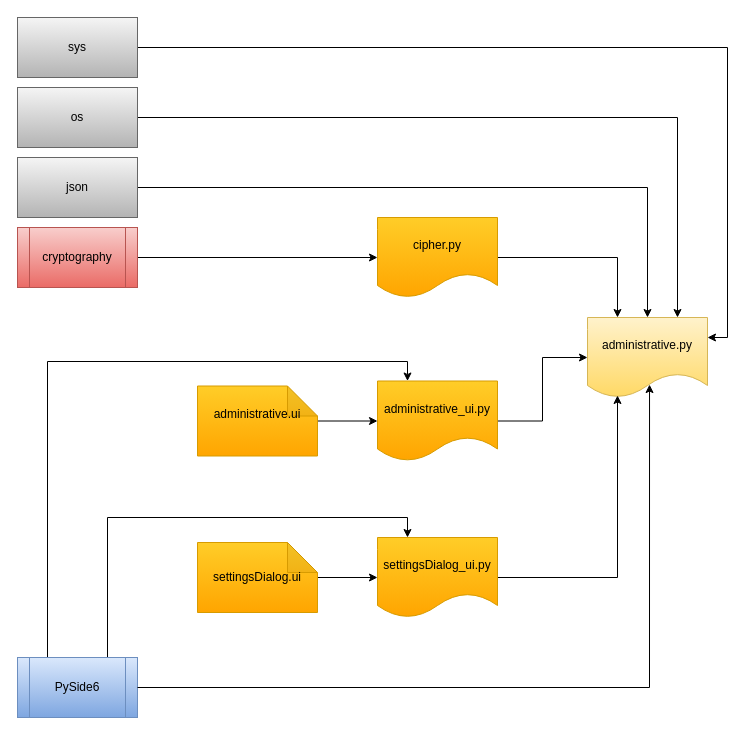
The draw.io diagram page "Page-2" (2 of 2) of docs/Riippuvuudet.drawio in katalav/Autolainaus, before the edit. Source tidied: cells renumbered, new cells numbered last; positions are measured from the earlier drawing's top-left corner, leaving out a move shared by most shapes. Both pictures are drawn from the tidied source at 100%, with x=0, y=0 at pixel (17, 17).
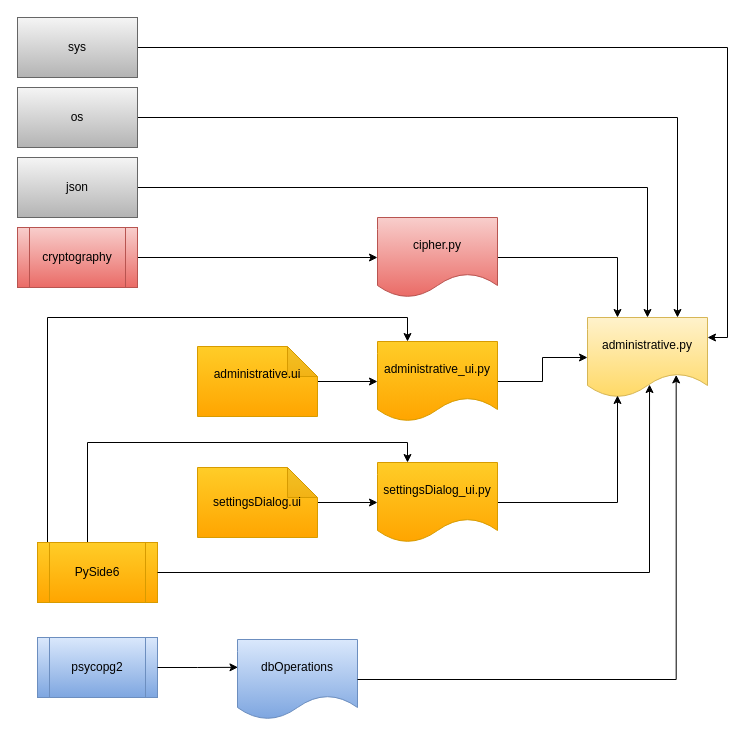
The same page after the edit.

Commit message (it also covers changes not shown here):
Lisätty tietokanta moduulit kuvaan

Unchanged cells that the change refers to:
```xml
<mxCell id="6" value="administrative.py" style="shape=document;whiteSpace=wrap;html=1;boundedLbl=1;fillColor=#fff2cc;strokeColor=#d6b656;gradientColor=#ffd966;" parent="1" vertex="1">
  <mxGeometry x="570" y="300" width="120" height="80" as="geometry" />
</mxCell>
```

Diff of the diagram source:
```diff
@@
     <mxCell id="8" value="administrative_ui.py" style="shape=document;whiteSpace=wrap;html=1;boundedLbl=1;fillColor=#ffcd28;strokeColor=#d79b00;gradientColor=#ffa500;" parent="1" vertex="1">
-      <mxGeometry x="360" y="363.5" width="120" height="80" as="geometry" />
+      <mxGeometry x="360" y="324" width="120" height="80" as="geometry" />
     </mxCell>
@@
     <mxCell id="10" value="administrative.ui&lt;div&gt;&lt;br&gt;&lt;/div&gt;" style="shape=note;whiteSpace=wrap;html=1;backgroundOutline=1;darkOpacity=0.05;fillColor=#ffcd28;gradientColor=#ffa500;strokeColor=#d79b00;" parent="1" vertex="1">
-      <mxGeometry x="180" y="368.5" width="120" height="70" as="geometry" />
+      <mxGeometry x="180" y="329" width="120" height="70" as="geometry" />
     </mxCell>
@@
-    <mxCell id="12" value="cipher.py" style="shape=document;whiteSpace=wrap;html=1;boundedLbl=1;fillColor=#ffcd28;strokeColor=#d79b00;gradientColor=#ffa500;" parent="1" vertex="1">
+    <mxCell id="12" value="cipher.py" style="shape=document;whiteSpace=wrap;html=1;boundedLbl=1;fillColor=#f8cecc;strokeColor=#b85450;gradientColor=#ea6b66;" parent="1" vertex="1">
       <mxGeometry x="360" y="200" width="120" height="80" as="geometry" />
     </mxCell>
@@
-    <mxCell id="14" value="settingsDialog.ui" style="shape=note;whiteSpace=wrap;html=1;backgroundOutline=1;darkOpacity=0.05;fillColor=#ffcd28;gradientColor=#ffa500;strokeColor=#d79b00;" parent="1" vertex="1">
-      <mxGeometry x="180" y="525" width="120" height="70" as="geometry" />
-    </mxCell>
@@
     <mxCell id="20" style="edgeStyle=orthogonalEdgeStyle;rounded=0;jettySize=auto;html=1;entryX=0.25;entryY=0;entryDx=0;entryDy=0;" parent="1" edge="1" source="22" target="8">
       <mxGeometry relative="1" as="geometry">
         <Array as="points">
-          <mxPoint x="30" y="344" />
-          <mxPoint x="390" y="344" />
+          <mxPoint x="30" y="300" />
+          <mxPoint x="390" y="300" />
         </Array>
       </mxGeometry>
     </mxCell>
     <mxCell id="21" style="edgeStyle=orthogonalEdgeStyle;rounded=0;jettySize=auto;html=1;entryX=0.25;entryY=0;entryDx=0;entryDy=0;" parent="1" edge="1" source="22" target="24">
       <mxGeometry relative="1" as="geometry">
         <Array as="points">
-          <mxPoint x="90" y="500" />
-          <mxPoint x="390" y="500" />
+          <mxPoint x="70" y="425" />
+          <mxPoint x="390" y="425" />
         </Array>
       </mxGeometry>
     </mxCell>
-    <mxCell id="22" value="PySide6" style="shape=process;whiteSpace=wrap;html=1;backgroundOutline=1;fillColor=#dae8fc;gradientColor=#7ea6e0;strokeColor=#6c8ebf;" parent="1" vertex="1">
-      <mxGeometry y="640" width="120" height="60" as="geometry" />
+    <mxCell id="22" value="PySide6" style="shape=process;whiteSpace=wrap;html=1;backgroundOutline=1;fillColor=#ffcd28;gradientColor=#ffa500;strokeColor=#d79b00;" parent="1" vertex="1">
+      <mxGeometry x="20" y="525" width="120" height="60" as="geometry" />
     </mxCell>
@@
     <mxCell id="24" value="settingsDialog_ui.py" style="shape=document;whiteSpace=wrap;html=1;boundedLbl=1;fillColor=#ffcd28;strokeColor=#d79b00;gradientColor=#ffa500;" parent="1" vertex="1">
-      <mxGeometry x="360" y="520" width="120" height="80" as="geometry" />
+      <mxGeometry x="360" y="445" width="120" height="80" as="geometry" />
     </mxCell>
+    <mxCell id="14" value="settingsDialog.ui" style="shape=note;whiteSpace=wrap;html=1;backgroundOutline=1;darkOpacity=0.05;fillColor=#ffcd28;gradientColor=#ffa500;strokeColor=#d79b00;" parent="1" vertex="1">
+      <mxGeometry x="180" y="450" width="120" height="70" as="geometry" />
+    </mxCell>
+    <mxCell id="25" value="psycopg2" style="shape=process;whiteSpace=wrap;html=1;backgroundOutline=1;fillColor=#dae8fc;gradientColor=#7ea6e0;strokeColor=#6c8ebf;" parent="1" vertex="1">
+      <mxGeometry x="20" y="620" width="120" height="60" as="geometry" />
+    </mxCell>
+    <mxCell id="26" value="dbOperations" style="shape=document;whiteSpace=wrap;html=1;boundedLbl=1;fillColor=#dae8fc;gradientColor=#7ea6e0;strokeColor=#6c8ebf;" parent="1" vertex="1">
+      <mxGeometry x="220" y="622" width="120" height="80" as="geometry" />
+    </mxCell>
+    <mxCell id="27" style="edgeStyle=orthogonalEdgeStyle;rounded=0;jettySize=auto;html=1;entryX=0.004;entryY=0.348;entryDx=0;entryDy=0;entryPerimeter=0;" parent="1" edge="1" source="25" target="26">
+      <mxGeometry relative="1" as="geometry" />
+    </mxCell>
+    <mxCell id="28" style="edgeStyle=orthogonalEdgeStyle;rounded=0;jettySize=auto;html=1;entryX=0.739;entryY=0.718;entryDx=0;entryDy=0;entryPerimeter=0;" parent="1" edge="1" source="26" target="6">
+      <mxGeometry relative="1" as="geometry" />
+    </mxCell>
```
